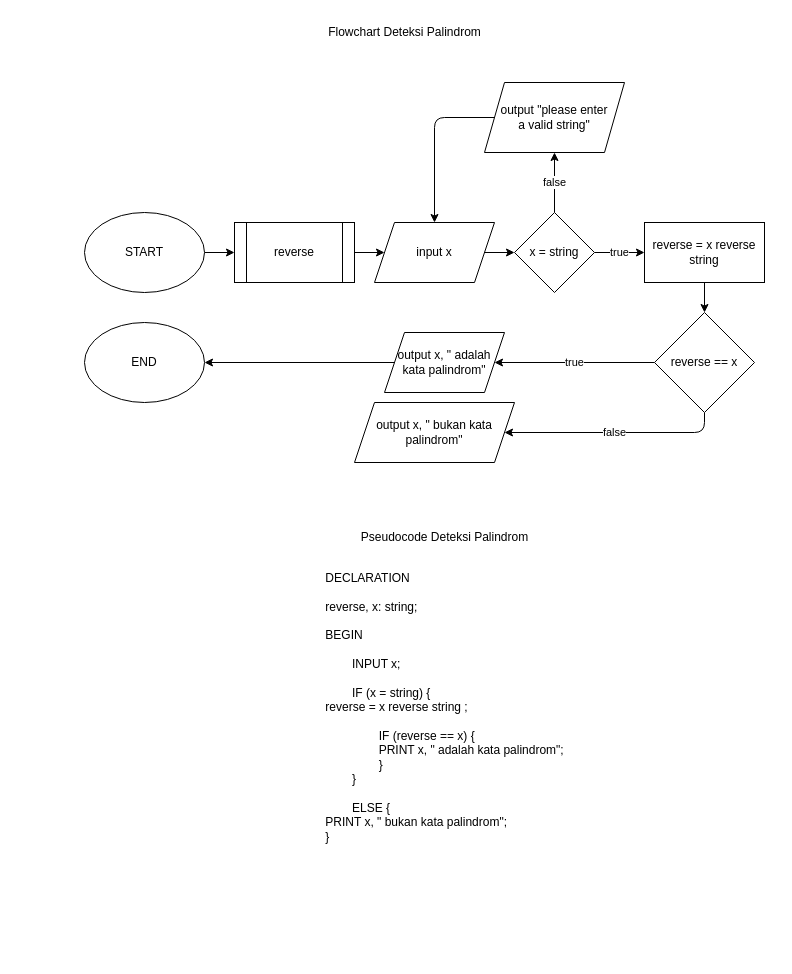
The draw.io diagram page "Algoritma Deteksi Palindrom" (1 of 2) of 6-algoritma palindrom & reverse word.drawio in patih1/fwg17-computer-science, before the edit. Source tidied: cells renumbered, new cells numbered last; positions are measured from the earlier drawing's top-left corner, leaving out a move shared by most shapes. Both pictures are drawn from the tidied source at 100%, with x=0, y=0 at pixel (84, 17).
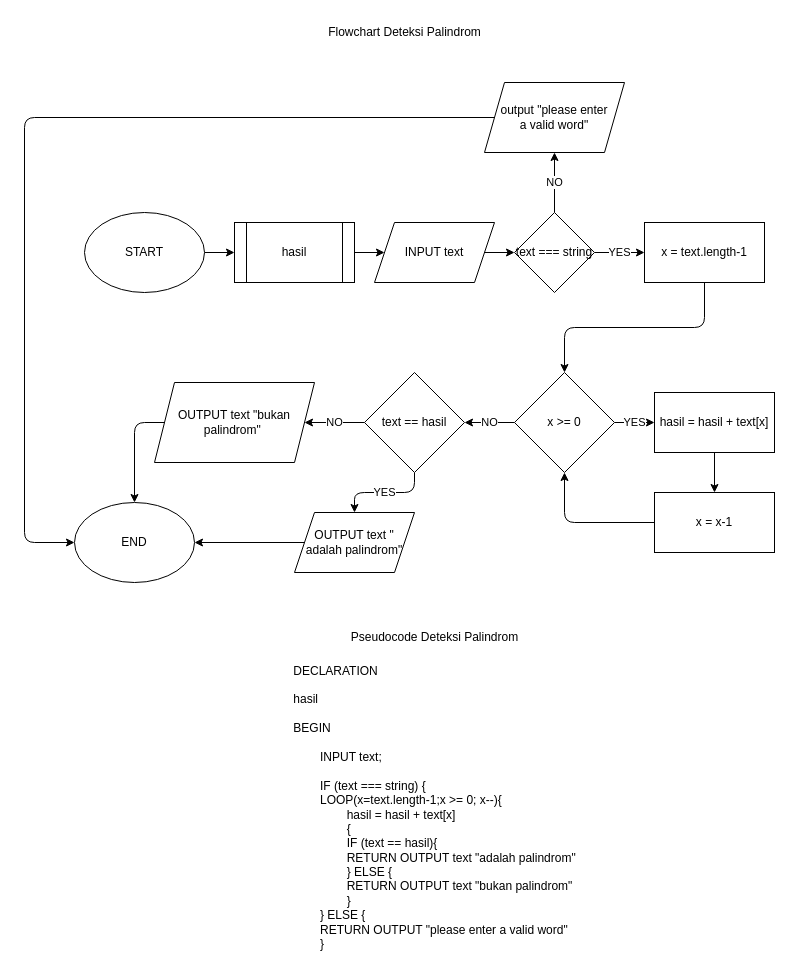
The same page after the edit.

Change to the diagram source:
```diff
@@
-    <mxCell id="5" value="reverse" style="shape=process;whiteSpace=wrap;html=1;backgroundOutline=1;" parent="1" vertex="1">
+    <mxCell id="5" value="hasil" style="shape=process;whiteSpace=wrap;html=1;backgroundOutline=1;" parent="1" vertex="1">
       <mxGeometry x="150" y="205" width="120" height="60" as="geometry" />
     </mxCell>
@@
-    <mxCell id="7" value="input x" style="shape=parallelogram;perimeter=parallelogramPerimeter;whiteSpace=wrap;html=1;fixedSize=1;" parent="1" vertex="1">
+    <mxCell id="7" value="INPUT text" style="shape=parallelogram;perimeter=parallelogramPerimeter;whiteSpace=wrap;html=1;fixedSize=1;" parent="1" vertex="1">
       <mxGeometry x="290" y="205" width="120" height="60" as="geometry" />
     </mxCell>
-    <mxCell id="8" value="true" style="edgeStyle=none;html=1;" parent="1" edge="1" source="10" target="12">
+    <mxCell id="8" value="YES" style="edgeStyle=none;html=1;" parent="1" edge="1" source="10" target="12">
       <mxGeometry relative="1" as="geometry" />
     </mxCell>
-    <mxCell id="9" value="false" style="edgeStyle=none;html=1;" parent="1" edge="1" source="10" target="14">
+    <mxCell id="9" value="NO" style="edgeStyle=none;html=1;" parent="1" edge="1" source="10" target="14">
       <mxGeometry relative="1" as="geometry" />
     </mxCell>
-    <mxCell id="10" value="x = string" style="rhombus;whiteSpace=wrap;html=1;" parent="1" vertex="1">
+    <mxCell id="10" value="text === string" style="rhombus;whiteSpace=wrap;html=1;" parent="1" vertex="1">
       <mxGeometry x="430" y="195" width="80" height="80" as="geometry" />
     </mxCell>
-    <mxCell id="11" style="edgeStyle=none;html=1;" parent="1" edge="1" source="12" target="17">
+    <mxCell id="11" style="edgeStyle=orthogonalEdgeStyle;html=1;exitX=0.5;exitY=1;exitDx=0;exitDy=0;entryX=0.5;entryY=0;entryDx=0;entryDy=0;" parent="1" edge="1" source="12" target="17">
       <mxGeometry relative="1" as="geometry" />
     </mxCell>
-    <mxCell id="12" value="reverse = x reverse string" style="whiteSpace=wrap;html=1;" parent="1" vertex="1">
+    <mxCell id="12" value="x = text.length-1" style="whiteSpace=wrap;html=1;" parent="1" vertex="1">
       <mxGeometry x="560" y="205" width="120" height="60" as="geometry" />
     </mxCell>
-    <mxCell id="13" style="edgeStyle=none;html=1;exitX=0;exitY=0.5;exitDx=0;exitDy=0;entryX=0.5;entryY=0;entryDx=0;entryDy=0;" parent="1" edge="1" source="14" target="7">
-      <mxGeometry relative="1" as="geometry">
-        <Array as="points">
-          <mxPoint x="350" y="100" />
-        </Array>
-      </mxGeometry>
-    </mxCell>
+    <mxCell id="25" style="edgeStyle=orthogonalEdgeStyle;html=1;exitX=0;exitY=0.5;exitDx=0;exitDy=0;entryX=0;entryY=0.5;entryDx=0;entryDy=0;" parent="1" edge="1" source="14" target="20">
+      <mxGeometry relative="1" as="geometry">
+        <Array as="points">
+          <mxPoint x="-60" y="100" />
+          <mxPoint x="-60" y="525" />
+        </Array>
+      </mxGeometry>
+    </mxCell>
-    <mxCell id="14" value="output &quot;please enter&lt;br&gt;a valid string&quot;" style="shape=parallelogram;perimeter=parallelogramPerimeter;whiteSpace=wrap;html=1;fixedSize=1;" parent="1" vertex="1">
+    <mxCell id="14" value="output &quot;please enter&lt;br&gt;a valid word&quot;" style="shape=parallelogram;perimeter=parallelogramPerimeter;whiteSpace=wrap;html=1;fixedSize=1;" parent="1" vertex="1">
       <mxGeometry x="400" y="65" width="140" height="70" as="geometry" />
     </mxCell>
-    <mxCell id="15" value="true" style="edgeStyle=none;html=1;" parent="1" edge="1" source="17" target="19">
-      <mxGeometry relative="1" as="geometry" />
-    </mxCell>
-    <mxCell id="16" value="false" style="edgeStyle=none;html=1;exitX=0.5;exitY=1;exitDx=0;exitDy=0;entryX=1;entryY=0.5;entryDx=0;entryDy=0;" parent="1" edge="1" source="17" target="21">
-      <mxGeometry relative="1" as="geometry">
-        <Array as="points">
-          <mxPoint x="620" y="415" />
-        </Array>
-      </mxGeometry>
-    </mxCell>
+    <mxCell id="26" value="YES" style="edgeStyle=orthogonalEdgeStyle;html=1;" parent="1" edge="1" source="17" target="29">
+      <mxGeometry relative="1" as="geometry" />
+    </mxCell>
+    <mxCell id="27" value="NO" style="edgeStyle=orthogonalEdgeStyle;html=1;" parent="1" edge="1" source="17" target="34">
+      <mxGeometry relative="1" as="geometry" />
+    </mxCell>
-    <mxCell id="17" value="reverse == x" style="rhombus;whiteSpace=wrap;html=1;" parent="1" vertex="1">
-      <mxGeometry x="570" y="295" width="100" height="100" as="geometry" />
+    <mxCell id="17" value="x &amp;gt;= 0" style="rhombus;whiteSpace=wrap;html=1;" parent="1" vertex="1">
+      <mxGeometry x="430" y="355" width="100" height="100" as="geometry" />
     </mxCell>
-    <mxCell id="18" style="edgeStyle=none;html=1;exitX=0;exitY=0.5;exitDx=0;exitDy=0;entryX=1;entryY=0.5;entryDx=0;entryDy=0;" parent="1" edge="1" source="19" target="20">
-      <mxGeometry relative="1" as="geometry" />
-    </mxCell>
-    <mxCell id="19" value="output x, &quot; adalah kata palindrom&quot;" style="shape=parallelogram;perimeter=parallelogramPerimeter;whiteSpace=wrap;html=1;fixedSize=1;" parent="1" vertex="1">
-      <mxGeometry x="300" y="315" width="120" height="60" as="geometry" />
-    </mxCell>
     <mxCell id="20" value="END" style="ellipse;whiteSpace=wrap;html=1;" parent="1" vertex="1">
-      <mxGeometry y="305" width="120" height="80" as="geometry" />
+      <mxGeometry x="-10" y="485" width="120" height="80" as="geometry" />
     </mxCell>
-    <mxCell id="21" value="output x, &quot; bukan kata palindrom&quot;" style="shape=parallelogram;perimeter=parallelogramPerimeter;whiteSpace=wrap;html=1;fixedSize=1;" parent="1" vertex="1">
-      <mxGeometry x="270" y="385" width="160" height="60" as="geometry" />
-    </mxCell>
@@
-    <mxCell id="23" value="&lt;div style=&quot;text-align: left;&quot;&gt;&lt;span style=&quot;background-color: initial;&quot;&gt;DECLARATION&lt;/span&gt;&lt;/div&gt;&lt;div style=&quot;text-align: left;&quot;&gt;&lt;span style=&quot;background-color: initial;&quot;&gt;&lt;br&gt;&lt;/span&gt;&lt;/div&gt;&lt;div style=&quot;text-align: left;&quot;&gt;&lt;span style=&quot;background-color: initial;&quot;&gt;reverse, x: string;&lt;/span&gt;&lt;/div&gt;&lt;div style=&quot;text-align: left;&quot;&gt;&lt;span style=&quot;background-color: initial;&quot;&gt;&lt;br&gt;&lt;/span&gt;&lt;/div&gt;&lt;div style=&quot;text-align: left;&quot;&gt;&lt;span style=&quot;background-color: initial;&quot;&gt;BEGIN&lt;/span&gt;&lt;/div&gt;&lt;div style=&quot;text-align: left;&quot;&gt;&lt;span style=&quot;background-color: initial;&quot;&gt;&lt;br&gt;&lt;/span&gt;&lt;/div&gt;&lt;div style=&quot;text-align: left;&quot;&gt;&lt;span style=&quot;background-color: initial;&quot;&gt;&lt;span style=&quot;white-space: pre;&quot;&gt;&#9;&lt;/span&gt;INPUT x;&lt;br&gt;&lt;/span&gt;&lt;/div&gt;&lt;div style=&quot;text-align: left;&quot;&gt;&lt;span style=&quot;background-color: initial;&quot;&gt;&lt;br&gt;&lt;/span&gt;&lt;/div&gt;&lt;div style=&quot;text-align: left;&quot;&gt;&lt;span style=&quot;background-color: initial;&quot;&gt;&lt;span style=&quot;white-space: pre;&quot;&gt;&#9;&lt;/span&gt;IF (x = string) {&lt;br&gt;reverse = x reverse string ;&lt;/span&gt;&lt;/div&gt;&lt;div style=&quot;text-align: left;&quot;&gt;&lt;span style=&quot;background-color: initial;&quot;&gt;&lt;br&gt;&lt;/span&gt;&lt;/div&gt;&lt;div style=&quot;text-align: left;&quot;&gt;&lt;span style=&quot;background-color: initial;&quot;&gt;&lt;span style=&quot;white-space: pre;&quot;&gt;&#9;&lt;span style=&quot;white-space: pre;&quot;&gt;&#9;&lt;/span&gt;&lt;/span&gt;IF (reverse == x) {&lt;/span&gt;&lt;/div&gt;&lt;div style=&quot;text-align: left;&quot;&gt;&lt;span style=&quot;background-color: initial;&quot;&gt;&lt;span style=&quot;white-space: pre;&quot;&gt;&#9;&lt;/span&gt;&lt;span style=&quot;white-space: pre;&quot;&gt;&#9;&lt;/span&gt;PRINT x, &quot; adalah kata palindrom&quot;;&lt;br&gt;&lt;/span&gt;&lt;/div&gt;&lt;div style=&quot;text-align: left;&quot;&gt;&lt;span style=&quot;background-color: initial;&quot;&gt;&lt;span style=&quot;white-space: pre;&quot;&gt;&#9;&lt;span style=&quot;white-space: pre;&quot;&gt;&#9;&lt;/span&gt;&lt;/span&gt;}&lt;br&gt;&lt;span style=&quot;white-space: pre;&quot;&gt;&#9;&lt;/span&gt;}&lt;/span&gt;&lt;/div&gt;&lt;div style=&quot;text-align: left;&quot;&gt;&lt;span style=&quot;background-color: initial;&quot;&gt;&lt;br&gt;&lt;/span&gt;&lt;/div&gt;&lt;div style=&quot;text-align: left;&quot;&gt;&lt;span style=&quot;background-color: initial;&quot;&gt;&lt;span style=&quot;white-space: pre;&quot;&gt;&#9;&lt;/span&gt;ELSE {&lt;/span&gt;&lt;/div&gt;&lt;div style=&quot;text-align: left;&quot;&gt;&lt;span style=&quot;background-color: initial;&quot;&gt;PRINT x, &quot; bukan kata palindrom&quot;;&amp;nbsp;&lt;/span&gt;&lt;/div&gt;&lt;div style=&quot;text-align: left;&quot;&gt;&lt;span style=&quot;background-color: initial;&quot;&gt;}&lt;br&gt;&lt;/span&gt;&lt;/div&gt;" style="text;html=1;align=center;verticalAlign=middle;strokeColor=none;fillColor=none;" parent="1" vertex="1">
-      <mxGeometry x="230" y="545" width="260" height="290" as="geometry" />
+    <mxCell id="23" value="&lt;div style=&quot;text-align: left;&quot;&gt;&lt;span style=&quot;background-color: initial;&quot;&gt;DECLARATION&lt;/span&gt;&lt;/div&gt;&lt;div style=&quot;text-align: left;&quot;&gt;&lt;span style=&quot;background-color: initial;&quot;&gt;&lt;br&gt;&lt;/span&gt;&lt;/div&gt;&lt;div style=&quot;text-align: left;&quot;&gt;&lt;span style=&quot;background-color: initial;&quot;&gt;hasil&lt;/span&gt;&lt;/div&gt;&lt;div style=&quot;text-align: left;&quot;&gt;&lt;span style=&quot;background-color: initial;&quot;&gt;&lt;br&gt;&lt;/span&gt;&lt;/div&gt;&lt;div style=&quot;text-align: left;&quot;&gt;&lt;span style=&quot;background-color: initial;&quot;&gt;BEGIN&lt;/span&gt;&lt;/div&gt;&lt;div style=&quot;text-align: left;&quot;&gt;&lt;span style=&quot;background-color: initial;&quot;&gt;&lt;br&gt;&lt;/span&gt;&lt;/div&gt;&lt;div style=&quot;text-align: left;&quot;&gt;&lt;span style=&quot;background-color: initial;&quot;&gt;&lt;span style=&quot;white-space: pre;&quot;&gt;&#9;&lt;/span&gt;INPUT text;&lt;br&gt;&lt;/span&gt;&lt;/div&gt;&lt;div style=&quot;text-align: left;&quot;&gt;&lt;span style=&quot;background-color: initial;&quot;&gt;&lt;br&gt;&lt;/span&gt;&lt;/div&gt;&lt;div style=&quot;text-align: left;&quot;&gt;&lt;span style=&quot;background-color: initial;&quot;&gt;&lt;span style=&quot;white-space: pre;&quot;&gt;&#9;&lt;/span&gt;IF (text === string) {&lt;/span&gt;&lt;/div&gt;&lt;div style=&quot;text-align: left;&quot;&gt;&lt;span style=&quot;background-color: initial;&quot;&gt;&lt;span style=&quot;white-space: pre;&quot;&gt;&#9;&lt;/span&gt;LOOP(x=text.length-1;x &amp;gt;= 0; x--){&lt;/span&gt;&lt;/div&gt;&lt;div style=&quot;text-align: left;&quot;&gt;&lt;span style=&quot;background-color: initial;&quot;&gt;&lt;span style=&quot;white-space: pre;&quot;&gt;&#9;&lt;/span&gt;&lt;span style=&quot;white-space: pre;&quot;&gt;&#9;&lt;/span&gt;hasil = hasil + text[x]&lt;/span&gt;&lt;/div&gt;&lt;div style=&quot;text-align: left;&quot;&gt;&lt;span style=&quot;background-color: initial;&quot;&gt;&lt;span style=&quot;white-space: pre;&quot;&gt;&#9;&lt;/span&gt;&lt;span style=&quot;white-space: pre;&quot;&gt;&#9;&lt;/span&gt;{&lt;/span&gt;&lt;/div&gt;&lt;div style=&quot;text-align: left;&quot;&gt;&lt;span style=&quot;background-color: initial;&quot;&gt;&lt;span style=&quot;white-space: pre;&quot;&gt;&#9;&lt;/span&gt;&lt;span style=&quot;white-space: pre;&quot;&gt;&#9;&lt;/span&gt;IF (text == hasil){&lt;br&gt;&lt;/span&gt;&lt;/div&gt;&lt;div style=&quot;text-align: left;&quot;&gt;&lt;span style=&quot;background-color: initial;&quot;&gt;&lt;span style=&quot;white-space: pre;&quot;&gt;&#9;&lt;/span&gt;&lt;span style=&quot;white-space: pre;&quot;&gt;&#9;&lt;/span&gt;RETURN OUTPUT text &quot;adalah palindrom&quot;&lt;br&gt;&lt;/span&gt;&lt;/div&gt;&lt;div style=&quot;text-align: left;&quot;&gt;&lt;span style=&quot;background-color: initial;&quot;&gt;&lt;span style=&quot;white-space: pre;&quot;&gt;&#9;&lt;/span&gt;&lt;span style=&quot;white-space: pre;&quot;&gt;&#9;&lt;/span&gt;} ELSE {&lt;br&gt;&lt;/span&gt;&lt;/div&gt;&lt;div style=&quot;text-align: left;&quot;&gt;&lt;span style=&quot;background-color: initial;&quot;&gt;&lt;span style=&quot;white-space: pre;&quot;&gt;&#9;&lt;/span&gt;&lt;span style=&quot;white-space: pre;&quot;&gt;&#9;&lt;/span&gt;RETURN OUTPUT text &quot;bukan palindrom&quot;&lt;br&gt;&lt;/span&gt;&lt;/div&gt;&lt;div style=&quot;text-align: left;&quot;&gt;&lt;span style=&quot;background-color: initial;&quot;&gt;&lt;span style=&quot;white-space: pre;&quot;&gt;&#9;&lt;/span&gt;&lt;span style=&quot;white-space: pre;&quot;&gt;&#9;&lt;/span&gt;}&lt;br&gt;&lt;/span&gt;&lt;/div&gt;&lt;div style=&quot;text-align: left;&quot;&gt;&lt;span style=&quot;background-color: initial;&quot;&gt;&lt;span style=&quot;white-space: pre;&quot;&gt;&#9;&lt;/span&gt;} ELSE {&lt;br&gt;&lt;/span&gt;&lt;/div&gt;&lt;div style=&quot;text-align: left;&quot;&gt;&lt;span style=&quot;background-color: initial;&quot;&gt;&lt;span style=&quot;white-space: pre;&quot;&gt;&#9;&lt;/span&gt;RETURN OUTPUT &quot;please enter a valid word&quot;&lt;br&gt;&lt;/span&gt;&lt;/div&gt;&lt;div style=&quot;text-align: left;&quot;&gt;&lt;span style=&quot;background-color: initial;&quot;&gt;&lt;span style=&quot;white-space: pre;&quot;&gt;&#9;&lt;/span&gt;}&lt;br&gt;&lt;/span&gt;&lt;/div&gt;" style="text;html=1;align=center;verticalAlign=middle;strokeColor=none;fillColor=none;" parent="1" vertex="1">
+      <mxGeometry x="195" y="640" width="310" height="300" as="geometry" />
     </mxCell>
     <mxCell id="24" value="Pseudocode Deteksi Palindrom" style="text;html=1;align=center;verticalAlign=middle;strokeColor=none;fillColor=none;" parent="1" vertex="1">
-      <mxGeometry x="265" y="505" width="190" height="30" as="geometry" />
+      <mxGeometry x="255" y="605" width="190" height="30" as="geometry" />
     </mxCell>
+    <mxCell id="28" style="edgeStyle=orthogonalEdgeStyle;html=1;" parent="1" edge="1" source="29" target="31">
+      <mxGeometry relative="1" as="geometry" />
+    </mxCell>
+    <mxCell id="29" value="hasil = hasil + text[x]" style="rounded=0;whiteSpace=wrap;html=1;" parent="1" vertex="1">
+      <mxGeometry x="570" y="375" width="120" height="60" as="geometry" />
+    </mxCell>
+    <mxCell id="30" style="edgeStyle=orthogonalEdgeStyle;html=1;exitX=0;exitY=0.5;exitDx=0;exitDy=0;entryX=0.5;entryY=1;entryDx=0;entryDy=0;" parent="1" edge="1" source="31" target="17">
+      <mxGeometry relative="1" as="geometry" />
+    </mxCell>
+    <mxCell id="31" value="x = x-1" style="whiteSpace=wrap;html=1;rounded=0;" parent="1" vertex="1">
+      <mxGeometry x="570" y="475" width="120" height="60" as="geometry" />
+    </mxCell>
+    <mxCell id="32" value="YES" style="edgeStyle=orthogonalEdgeStyle;html=1;" parent="1" edge="1" source="34" target="36">
+      <mxGeometry relative="1" as="geometry" />
+    </mxCell>
+    <mxCell id="33" value="NO" style="edgeStyle=orthogonalEdgeStyle;html=1;" parent="1" edge="1" source="34" target="38">
+      <mxGeometry relative="1" as="geometry" />
+    </mxCell>
+    <mxCell id="34" value="text == hasil" style="rhombus;whiteSpace=wrap;html=1;" parent="1" vertex="1">
+      <mxGeometry x="280" y="355" width="100" height="100" as="geometry" />
+    </mxCell>
+    <mxCell id="35" style="edgeStyle=orthogonalEdgeStyle;html=1;exitX=0;exitY=0.5;exitDx=0;exitDy=0;" parent="1" edge="1" source="36" target="20">
+      <mxGeometry relative="1" as="geometry" />
+    </mxCell>
+    <mxCell id="36" value="OUTPUT text &quot; adalah palindrom&quot;" style="shape=parallelogram;perimeter=parallelogramPerimeter;whiteSpace=wrap;html=1;fixedSize=1;" parent="1" vertex="1">
+      <mxGeometry x="210" y="495" width="120" height="60" as="geometry" />
+    </mxCell>
+    <mxCell id="37" style="edgeStyle=orthogonalEdgeStyle;html=1;exitX=0;exitY=0.5;exitDx=0;exitDy=0;entryX=0.5;entryY=0;entryDx=0;entryDy=0;" parent="1" edge="1" source="38" target="20">
+      <mxGeometry relative="1" as="geometry">
+        <Array as="points">
+          <mxPoint x="50" y="405" />
+        </Array>
+      </mxGeometry>
+    </mxCell>
+    <mxCell id="38" value="OUTPUT text &quot;bukan palindrom&quot;&amp;nbsp;" style="shape=parallelogram;perimeter=parallelogramPerimeter;whiteSpace=wrap;html=1;fixedSize=1;" parent="1" vertex="1">
+      <mxGeometry x="70" y="365" width="160" height="80" as="geometry" />
+    </mxCell>
```
